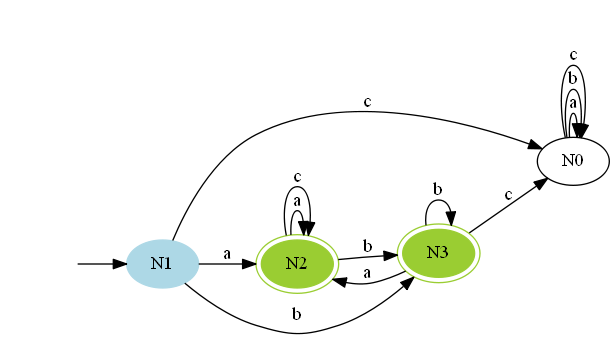
The Graphviz diagram RegExGen/graphviz/odfa_fms.gv.png in nvendhoven/RegExGen, before a commit. Its source is kept beside it as RegExGen/graphviz/odfa_fms.gv.
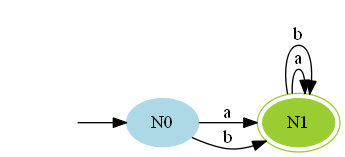
The same diagram one commit later.

Change to the diagram source:
```diff
@@ -2,22 +2,12 @@
 rankdir=LR;
 
 NOTHING [label="", shape=none]
-N0 [label="N0"]
-N1 [label="N1" shape=ellipse, style=filled, color=lightblue]
-N2 [label="N2" shape=ellipse, peripheries=2, style=filled, color=yellowgreen]
-N3 [label="N3" shape=ellipse, peripheries=2, style=filled, color=yellowgreen]
+N0 [label="N0" shape=ellipse, style=filled, color=lightblue]
+N1 [label="N1" shape=ellipse, peripheries=2, style=filled, color=yellowgreen]
 
-NOTHING -> N1
-N0 -> N0 [label="a"]
-N0 -> N0 [label="b"]
-N0 -> N0 [label="c"]
-N1 -> N2 [label="a"]
-N1 -> N3 [label="b"]
-N1 -> N0 [label="c"]
-N2 -> N2 [label="a"]
-N2 -> N3 [label="b"]
-N2 -> N2 [label="c"]
-N3 -> N2 [label="a"]
-N3 -> N3 [label="b"]
-N3 -> N0 [label="c"]
+NOTHING -> N0
+N0 -> N1 [label="a"]
+N0 -> N1 [label="b"]
+N1 -> N1 [label="a"]
+N1 -> N1 [label="b"]
 }
```
